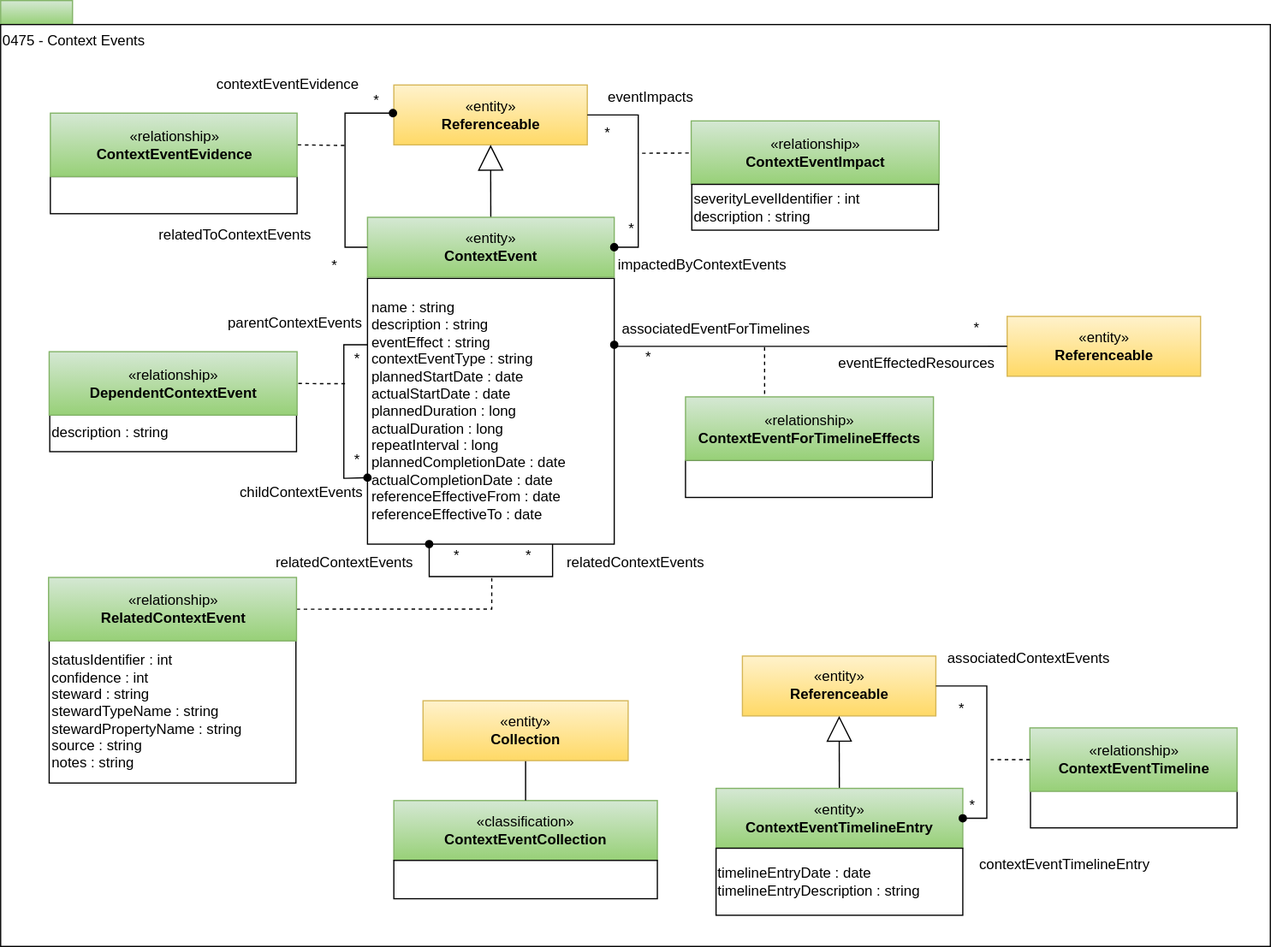
Above: site/docs/types/4/0475-Context-Events.svg in odpi/egeria-docs (draw.io), before the change. Source tidied: cells renumbered, new cells last; positions are measured from the earlier drawing's top-left corner, leaving out a move shared by most shapes.
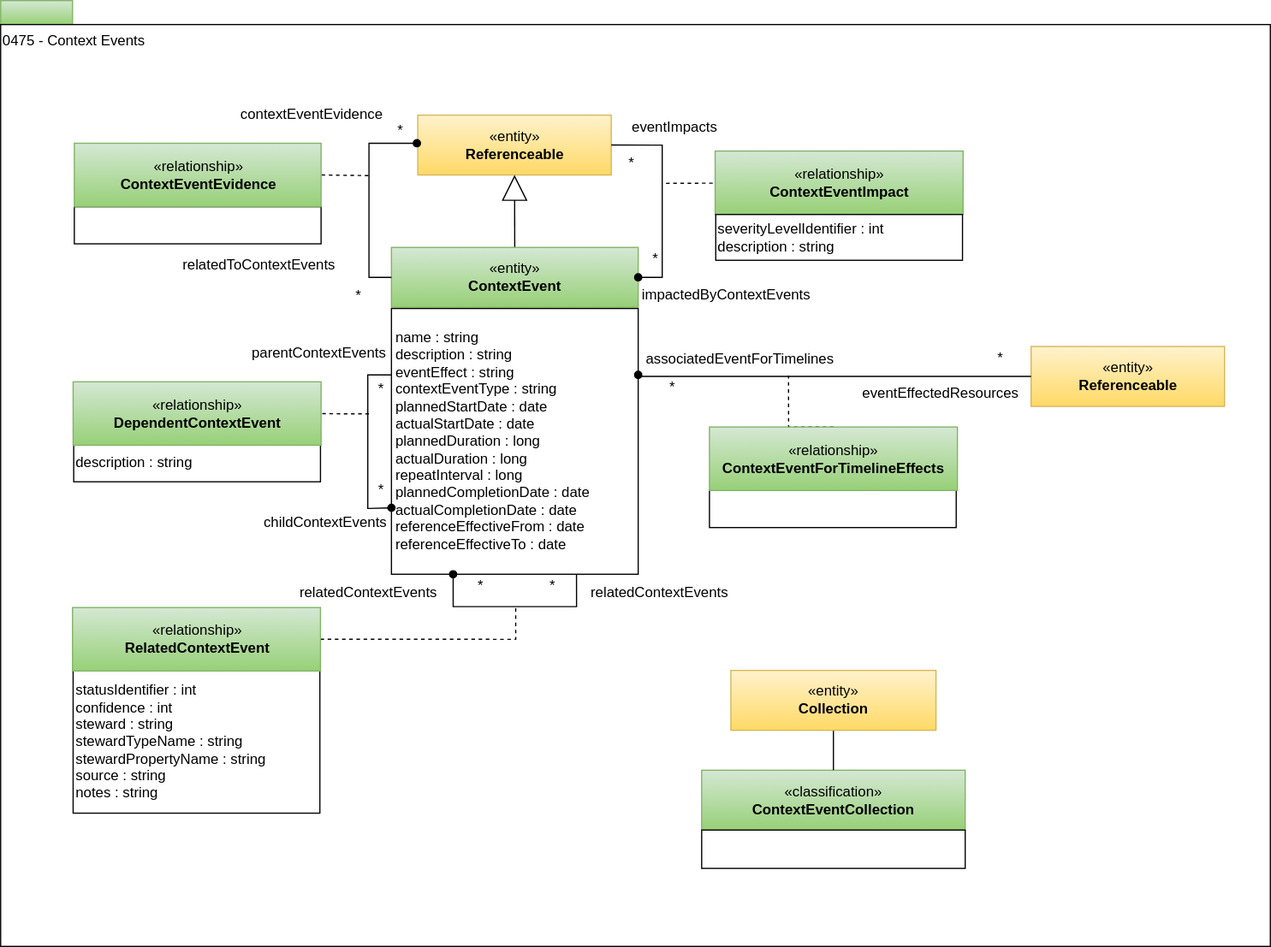
The same diagram one commit later.

Change to the diagram source:
```diff
@@ -3,10 +3,10 @@
     <mxCell id="0" />
     <mxCell id="1" parent="0" />
     <mxCell id="2" style="rounded=0;whiteSpace=wrap;html=1;align=left;fillColor=#d5e8d4;strokeColor=#82b366;gradientColor=#97d077;" parent="1" vertex="1">
-      <mxGeometry width="60" height="20" as="geometry" />
+      <mxGeometry x="-20" y="-25.2" width="60" height="20" as="geometry" />
     </mxCell>
     <mxCell id="3" value="0475 - Context Events" style="rounded=0;html=1;align=left;verticalAlign=top;" parent="1" vertex="1">
-      <mxGeometry y="20" width="1060" height="770" as="geometry" />
+      <mxGeometry x="-20" y="-5.2" width="1060" height="770" as="geometry" />
     </mxCell>
     <mxCell id="4" value="&lt;span&gt;name : string&amp;nbsp;&amp;nbsp;&lt;br&gt;&lt;/span&gt;&lt;span&gt;description : string&lt;br&gt;eventEffect : string&lt;br&gt;contextEventType : string&lt;br&gt;&lt;/span&gt;plannedStartDate : date&lt;br style=&quot;border-color: var(--border-color);&quot;&gt;actualStartDate : date&lt;br&gt;plannedDuration : long&lt;br&gt;actualDuration : long&lt;br&gt;repeatInterval : long&lt;br style=&quot;border-color: var(--border-color);&quot;&gt;plannedCompletionDate : date&lt;br style=&quot;border-color: var(--border-color);&quot;&gt;actualCompletionDate : date&lt;br style=&quot;border-color: var(--border-color);&quot;&gt;&lt;span&gt;referenceEffectiveFrom : date&lt;br&gt;referenceEffectiveTo : date&lt;br&gt;&lt;/span&gt;" style="rounded=0;whiteSpace=wrap;html=1;strokeColor=#000000;gradientColor=#ffffff;align=left;spacingLeft=2;" parent="1" vertex="1">
       <mxGeometry x="306.2" y="232" width="206" height="222" as="geometry" />
@@ -15,16 +15,16 @@
       <mxGeometry x="328.2" y="70.5" width="161.5" height="50" as="geometry" />
     </mxCell>
     <mxCell id="6" value="description : string" style="rounded=0;whiteSpace=wrap;html=1;strokeColor=#000000;gradientColor=#ffffff;align=left;" parent="1" vertex="1">
-      <mxGeometry x="41" y="345.8" width="206" height="31" as="geometry" />
+      <mxGeometry x="41" y="345.7" width="206" height="31" as="geometry" />
     </mxCell>
     <mxCell id="7" value="*" style="text;html=1;strokeColor=none;fillColor=none;align=center;verticalAlign=middle;whiteSpace=wrap;rounded=0;" parent="1" vertex="1">
-      <mxGeometry x="277.5" y="289.9" width="40" height="20" as="geometry" />
+      <mxGeometry x="277.5" y="289.8" width="40" height="20" as="geometry" />
     </mxCell>
     <mxCell id="8" value="*" style="text;html=1;strokeColor=none;fillColor=none;align=center;verticalAlign=middle;whiteSpace=wrap;rounded=0;" parent="1" vertex="1">
       <mxGeometry x="277.5" y="374" width="40" height="20" as="geometry" />
     </mxCell>
     <mxCell id="9" value="parentContextEvents" style="text;html=1;align=left;verticalAlign=top;spacingTop=-4;" parent="1" vertex="1">
-      <mxGeometry x="188.2" y="259.9" width="140" height="20" as="geometry" />
+      <mxGeometry x="188.2" y="259.8" width="140" height="20" as="geometry" />
     </mxCell>
     <mxCell id="10" value="childContextEvents" style="text;html=1;align=left;verticalAlign=top;spacingTop=-4;" parent="1" vertex="1">
       <mxGeometry x="198.2" y="400.6" width="130" height="20" as="geometry" />
@@ -45,7 +45,7 @@
       </mxGeometry>
     </mxCell>
     <mxCell id="14" value="«relationship»&lt;br&gt;&lt;b&gt;DependentContextEvent&lt;/b&gt;" style="html=1;strokeColor=#82b366;align=center;fillColor=#d5e8d4;gradientColor=#97d077;" parent="1" vertex="1">
-      <mxGeometry x="40.5" y="293.3" width="207" height="53" as="geometry" />
+      <mxGeometry x="40.5" y="293.2" width="207" height="53" as="geometry" />
     </mxCell>
     <mxCell id="15" value="contextEventEvidence" style="text;html=1;strokeColor=none;fillColor=none;align=center;verticalAlign=middle;whiteSpace=wrap;rounded=0;" parent="1" vertex="1">
       <mxGeometry x="187.5" y="60" width="104" height="20" as="geometry" />
@@ -57,7 +57,7 @@
       <mxGeometry x="507.2" y="181" width="40" height="20" as="geometry" />
     </mxCell>
     <mxCell id="18" value="associatedEventForTimelines" style="text;html=1;align=center;verticalAlign=middle;" parent="1" vertex="1">
-      <mxGeometry x="507.2" y="259.9" width="180" height="30" as="geometry" />
+      <mxGeometry x="507.2" y="259.8" width="180" height="30" as="geometry" />
     </mxCell>
     <mxCell id="19" style="rounded=0;whiteSpace=wrap;html=1;strokeColor=#000000;gradientColor=#ffffff;align=left;" parent="1" vertex="1">
       <mxGeometry x="41.5" y="147" width="206" height="31" as="geometry" />
@@ -66,7 +66,7 @@
       <mxGeometry relative="1" as="geometry">
         <mxPoint x="531.8" y="127.5" as="targetPoint" />
         <Array as="points">
-          <mxPoint x="653.5" y="127.1" />
+          <mxPoint x="653.5" y="127" />
         </Array>
       </mxGeometry>
     </mxCell>
@@ -88,16 +88,16 @@
     <mxCell id="24" style="edgeStyle=orthogonalEdgeStyle;rounded=0;orthogonalLoop=1;jettySize=auto;html=1;exitX=0.25;exitY=1;exitDx=0;exitDy=0;entryX=0.75;entryY=1;entryDx=0;entryDy=0;startArrow=oval;startFill=1;endArrow=none;endFill=0;" parent="1" edge="1" source="4" target="4">
       <mxGeometry relative="1" as="geometry">
         <Array as="points">
-          <mxPoint x="357.5" y="481.1" />
-          <mxPoint x="460.5" y="481.1" />
+          <mxPoint x="357.5" y="481" />
+          <mxPoint x="460.5" y="481" />
         </Array>
       </mxGeometry>
     </mxCell>
     <mxCell id="25" value="relatedContextEvents" style="text;html=1;align=left;verticalAlign=top;spacingTop=-4;" parent="1" vertex="1">
-      <mxGeometry x="227.5" y="459.8" width="140" height="20" as="geometry" />
+      <mxGeometry x="227.5" y="459.7" width="140" height="20" as="geometry" />
     </mxCell>
     <mxCell id="26" value="relatedContextEvents" style="text;html=1;align=left;verticalAlign=top;spacingTop=-4;" parent="1" vertex="1">
-      <mxGeometry x="471.2" y="459.8" width="140" height="20" as="geometry" />
+      <mxGeometry x="471.2" y="459.7" width="140" height="20" as="geometry" />
     </mxCell>
     <mxCell id="27" value="*" style="text;html=1;strokeColor=none;fillColor=none;align=center;verticalAlign=middle;whiteSpace=wrap;rounded=0;" parent="1" vertex="1">
       <mxGeometry x="420.5" y="454" width="40" height="20" as="geometry" />
@@ -120,16 +120,16 @@
       <mxGeometry x="40" y="481.8" width="207" height="53" as="geometry" />
     </mxCell>
     <mxCell id="32" value="«classification»&lt;br&gt;&lt;b&gt;ContextEventCollection&lt;/b&gt;" style="html=1;strokeColor=#82b366;align=center;fillColor=#d5e8d4;gradientColor=#97d077;" parent="1" vertex="1">
-      <mxGeometry x="328.2" y="668.2" width="220" height="50" as="geometry" />
+      <mxGeometry x="565.2" y="617.6" width="220" height="50" as="geometry" />
     </mxCell>
     <mxCell id="33" style="rounded=0;whiteSpace=wrap;html=1;strokeColor=#000000;gradientColor=#ffffff;align=left;" parent="1" vertex="1">
-      <mxGeometry x="328.2" y="718.2" width="220" height="32" as="geometry" />
+      <mxGeometry x="565.2" y="667.6" width="220" height="32" as="geometry" />
     </mxCell>
     <mxCell id="34" style="edgeStyle=orthogonalEdgeStyle;rounded=0;jettySize=auto;html=1;exitX=0.5;exitY=1;exitDx=0;exitDy=0;entryX=0.5;entryY=0;entryDx=0;entryDy=0;endArrow=none;endFill=0;" parent="1" edge="1" source="35" target="32">
       <mxGeometry relative="1" as="geometry" />
     </mxCell>
     <mxCell id="35" value="«entity»&lt;br&gt;&lt;b&gt;Collection&lt;/b&gt;" style="html=1;strokeColor=#d6b656;align=center;fillColor=#fff2cc;gradientColor=#ffd966;" parent="1" vertex="1">
-      <mxGeometry x="352.6" y="584.8" width="171.2" height="50" as="geometry" />
+      <mxGeometry x="589.6" y="534.3" width="171.2" height="50" as="geometry" />
     </mxCell>
     <mxCell id="36" style="endArrow=none;dashed=1;html=1;entryX=1;entryY=0.5;entryDx=0;entryDy=0;" parent="1" edge="1" target="42">
       <mxGeometry relative="1" as="geometry">
@@ -167,7 +167,7 @@
       </mxGeometry>
     </mxCell>
     <mxCell id="45" value="«entity»&lt;br&gt;&lt;b&gt;Referenceable&lt;/b&gt;" style="html=1;strokeColor=#d6b656;align=center;fillColor=#fff2cc;gradientColor=#ffd966;" parent="1" vertex="1">
-      <mxGeometry x="840.2" y="263.8" width="161.5" height="50" as="geometry" />
+      <mxGeometry x="840.2" y="263.7" width="161.5" height="50" as="geometry" />
     </mxCell>
     <mxCell id="46" style="endArrow=oval;html=1;exitX=0;exitY=0.5;exitDx=0;exitDy=0;edgeStyle=orthogonalEdgeStyle;rounded=0;endFill=1;entryX=1;entryY=0.25;entryDx=0;entryDy=0;" parent="1" edge="1" source="45" target="4">
       <mxGeometry relative="1" as="geometry">
@@ -191,54 +191,16 @@
       <mxGeometry x="571.8" y="331" width="207" height="53" as="geometry" />
     </mxCell>
     <mxCell id="50" value="eventEffectedResources" style="text;html=1;strokeColor=none;fillColor=none;align=center;verticalAlign=middle;whiteSpace=wrap;rounded=0;" parent="1" vertex="1">
-      <mxGeometry x="713.2" y="293.3" width="104" height="20" as="geometry" />
+      <mxGeometry x="713.2" y="293.2" width="104" height="20" as="geometry" />
     </mxCell>
     <mxCell id="51" value="relatedToContextEvents" style="text;html=1;strokeColor=none;fillColor=none;align=center;verticalAlign=middle;whiteSpace=wrap;rounded=0;" parent="1" vertex="1">
       <mxGeometry x="143.5" y="186" width="104" height="20" as="geometry" />
     </mxCell>
     <mxCell id="52" value="*" style="text;html=1;strokeColor=none;fillColor=none;align=center;verticalAlign=middle;whiteSpace=wrap;rounded=0;" parent="1" vertex="1">
-      <mxGeometry x="794.8" y="263.8" width="40" height="20" as="geometry" />
+      <mxGeometry x="794.8" y="263.7" width="40" height="20" as="geometry" />
     </mxCell>
     <mxCell id="53" value="*" style="text;html=1;strokeColor=none;fillColor=none;align=center;verticalAlign=middle;whiteSpace=wrap;rounded=0;" parent="1" vertex="1">
-      <mxGeometry x="521.2" y="287.8" width="40" height="20" as="geometry" />
+      <mxGeometry x="521.2" y="287.7" width="40" height="20" as="geometry" />
     </mxCell>
-    <mxCell id="54" value="«entity»&lt;br&gt;&lt;b&gt;Referenceable&lt;/b&gt;" style="html=1;strokeColor=#d6b656;align=center;fillColor=#fff2cc;gradientColor=#ffd966;" parent="1" vertex="1">
-      <mxGeometry x="619.2" y="547.5" width="161.5" height="50" as="geometry" />
-    </mxCell>
-    <mxCell id="55" style="rounded=0;jettySize=auto;html=1;endArrow=block;endFill=0;endSize=19;strokeWidth=1;" parent="1" edge="1" source="56" target="54">
-      <mxGeometry relative="1" as="geometry" />
-    </mxCell>
-    <mxCell id="56" value="«entity»&lt;br&gt;&lt;b&gt;ContextEventTimelineEntry&lt;/b&gt;" style="html=1;strokeColor=#82b366;align=center;fillColor=#d5e8d4;gradientColor=#97d077;" parent="1" vertex="1">
-      <mxGeometry x="597.2" y="658" width="206" height="50" as="geometry" />
-    </mxCell>
-    <mxCell id="57" value="timelineEntryDate : date&lt;br&gt;timelineEntryDescription : string" style="rounded=0;whiteSpace=wrap;html=1;strokeColor=#000000;gradientColor=#ffffff;align=left;" parent="1" vertex="1">
-      <mxGeometry x="597.2" y="708" width="206" height="56" as="geometry" />
-    </mxCell>
-    <mxCell id="58" style="edgeStyle=orthogonalEdgeStyle;rounded=0;jettySize=auto;html=1;exitX=1;exitY=0.5;exitDx=0;exitDy=0;entryX=1;entryY=0.5;entryDx=0;entryDy=0;startArrow=none;startFill=0;endArrow=oval;endFill=1;" parent="1" edge="1" source="54" target="56">
-      <mxGeometry relative="1" as="geometry" />
-    </mxCell>
-    <mxCell id="59" style="rounded=0;whiteSpace=wrap;html=1;strokeColor=#000000;gradientColor=#ffffff;align=left;" parent="1" vertex="1">
-      <mxGeometry x="859.8" y="660" width="172.5" height="31" as="geometry" />
-    </mxCell>
-    <mxCell id="60" value="«relationship»&lt;br&gt;&lt;b&gt;ContextEventTimeline&lt;/b&gt;" style="html=1;strokeColor=#82b366;align=center;fillColor=#d5e8d4;gradientColor=#97d077;" parent="1" vertex="1">
-      <mxGeometry x="859.2" y="607.5" width="173" height="53" as="geometry" />
-    </mxCell>
-    <mxCell id="61" style="edgeStyle=orthogonalEdgeStyle;rounded=0;html=1;exitX=0;exitY=0.5;exitDx=0;exitDy=0;dashed=1;endArrow=none;endFill=0;jettySize=auto;" parent="1" edge="1" source="60">
-      <mxGeometry relative="1" as="geometry">
-        <mxPoint x="826.5" y="634.4" as="targetPoint" />
-      </mxGeometry>
-    </mxCell>
-    <mxCell id="62" value="associatedContextEvents" style="text;html=1;align=center;verticalAlign=middle;strokeColor=none;fillColor=none;" parent="1" vertex="1">
-      <mxGeometry x="778.2" y="534.8" width="160" height="30" as="geometry" />
-    </mxCell>
-    <mxCell id="63" value="contextEventTimelineEntry" style="text;html=1;align=center;verticalAlign=middle;strokeColor=none;fillColor=none;" parent="1" vertex="1">
-      <mxGeometry x="803.2" y="706.5" width="170" height="30" as="geometry" />
-    </mxCell>
-    <mxCell id="64" value="*" style="text;html=1;align=center;verticalAlign=middle;strokeColor=none;fillColor=none;" parent="1" vertex="1">
-      <mxGeometry x="787.2" y="577.5" width="30" height="30" as="geometry" />
-    </mxCell>
-    <mxCell id="65" value="*" style="text;html=1;align=center;verticalAlign=middle;strokeColor=none;fillColor=none;" parent="1" vertex="1">
-      <mxGeometry x="796.2" y="658" width="30" height="30" as="geometry" />
-    </mxCell>
   </root>
 </mxGraphModel>
```
